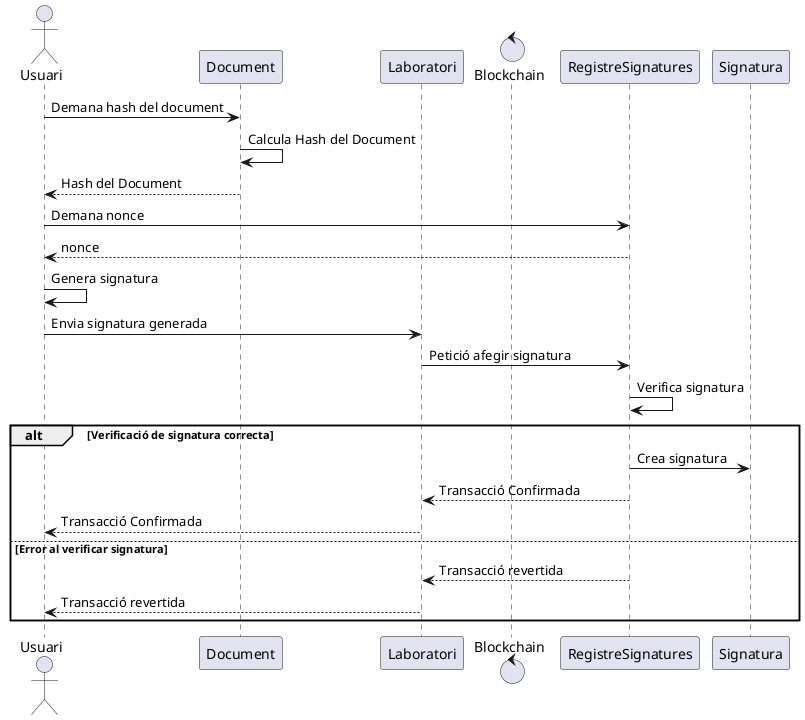
Before: UML/sequencia_signatura.png, a diagram exported from PlantUML (alvarcuevas/TFM-MCP).
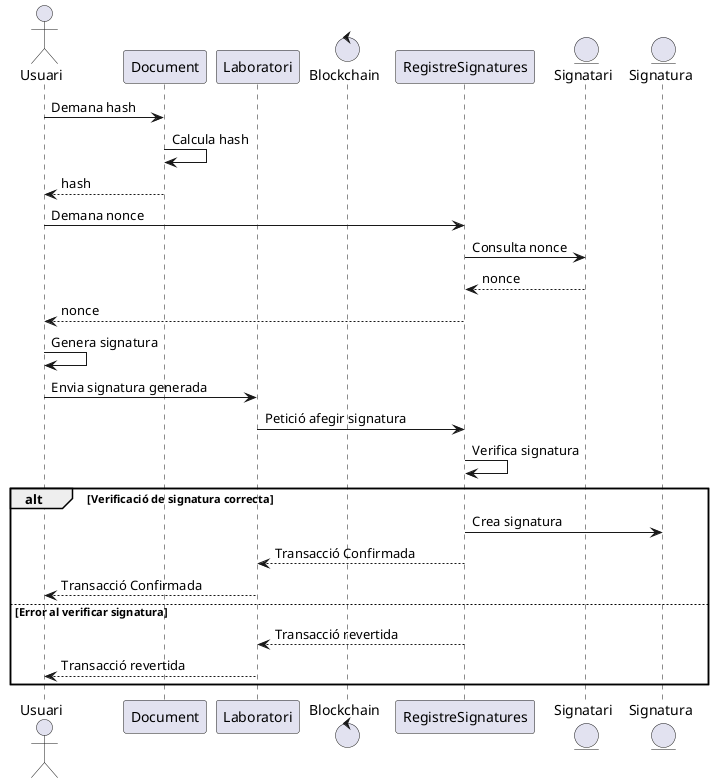
Above is the later version.

Commit message:
Canvis als diagrames UML.

The edit, as a diff of the source:
```diff
@@ -4,12 +4,16 @@
 participant Laboratori
 control Blockchain
 participant RegistreSignatures
+entity Signatari
+entity Signatura
 
-Usuari -> Document: Demana hash del document
-Document -> Document: Calcula Hash del Document
-Document --> Usuari: Hash del Document
+Usuari -> Document: Demana hash
+Document -> Document: Calcula hash
+Document --> Usuari: hash
 
 Usuari -> RegistreSignatures: Demana nonce
+RegistreSignatures -> Signatari: Consulta nonce
+Signatari --> RegistreSignatures: nonce
 RegistreSignatures --> Usuari: nonce
 
 Usuari -> Usuari: Genera signatura
```
